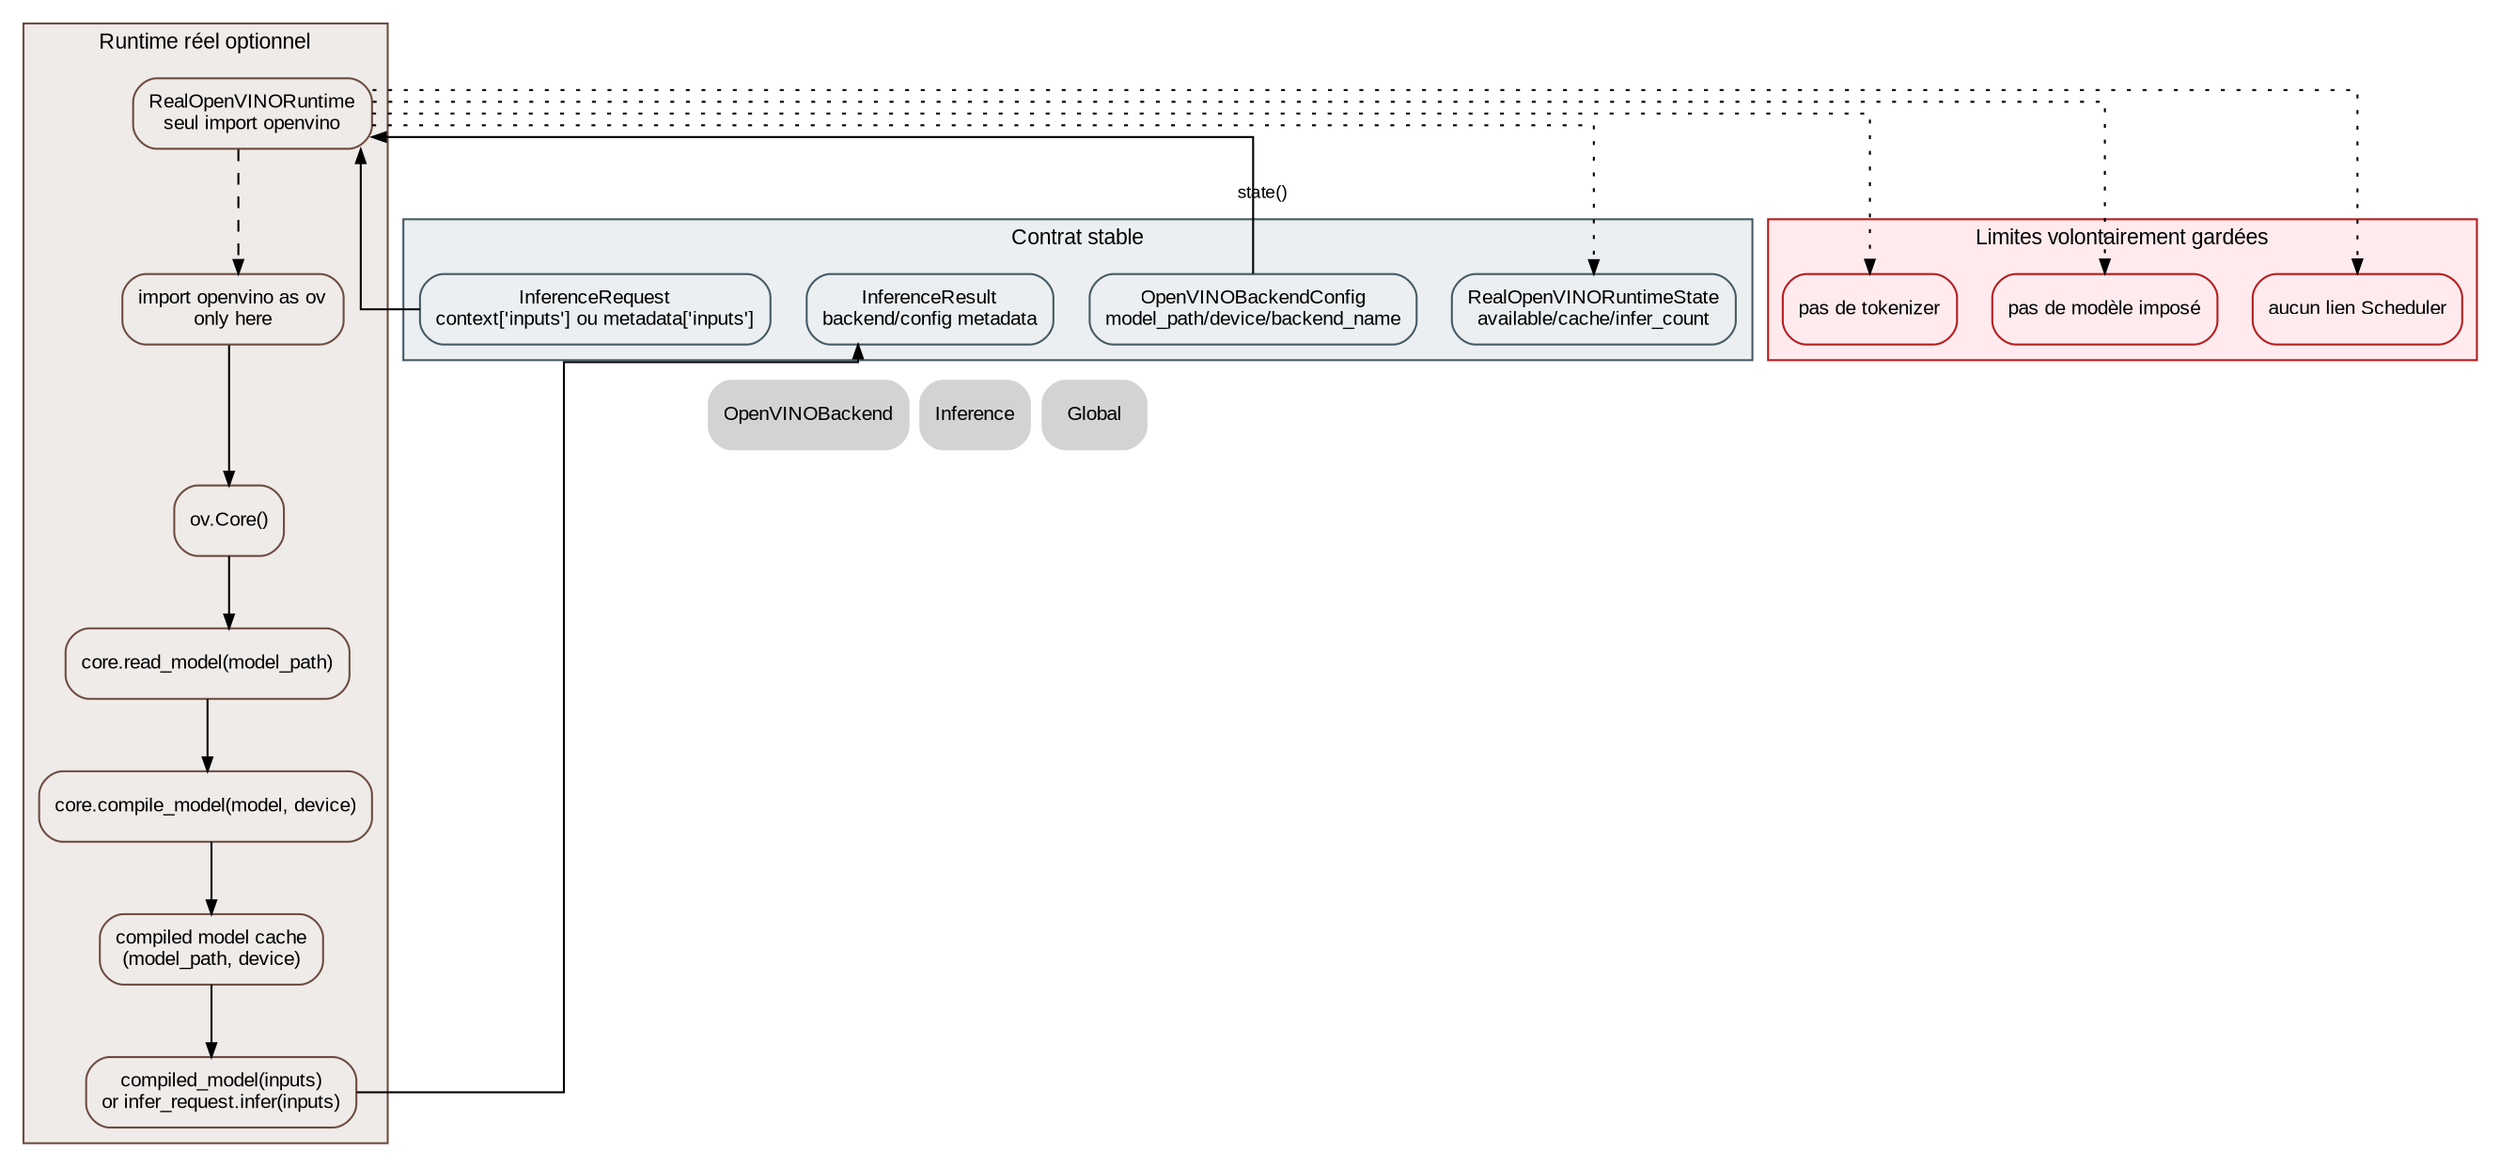
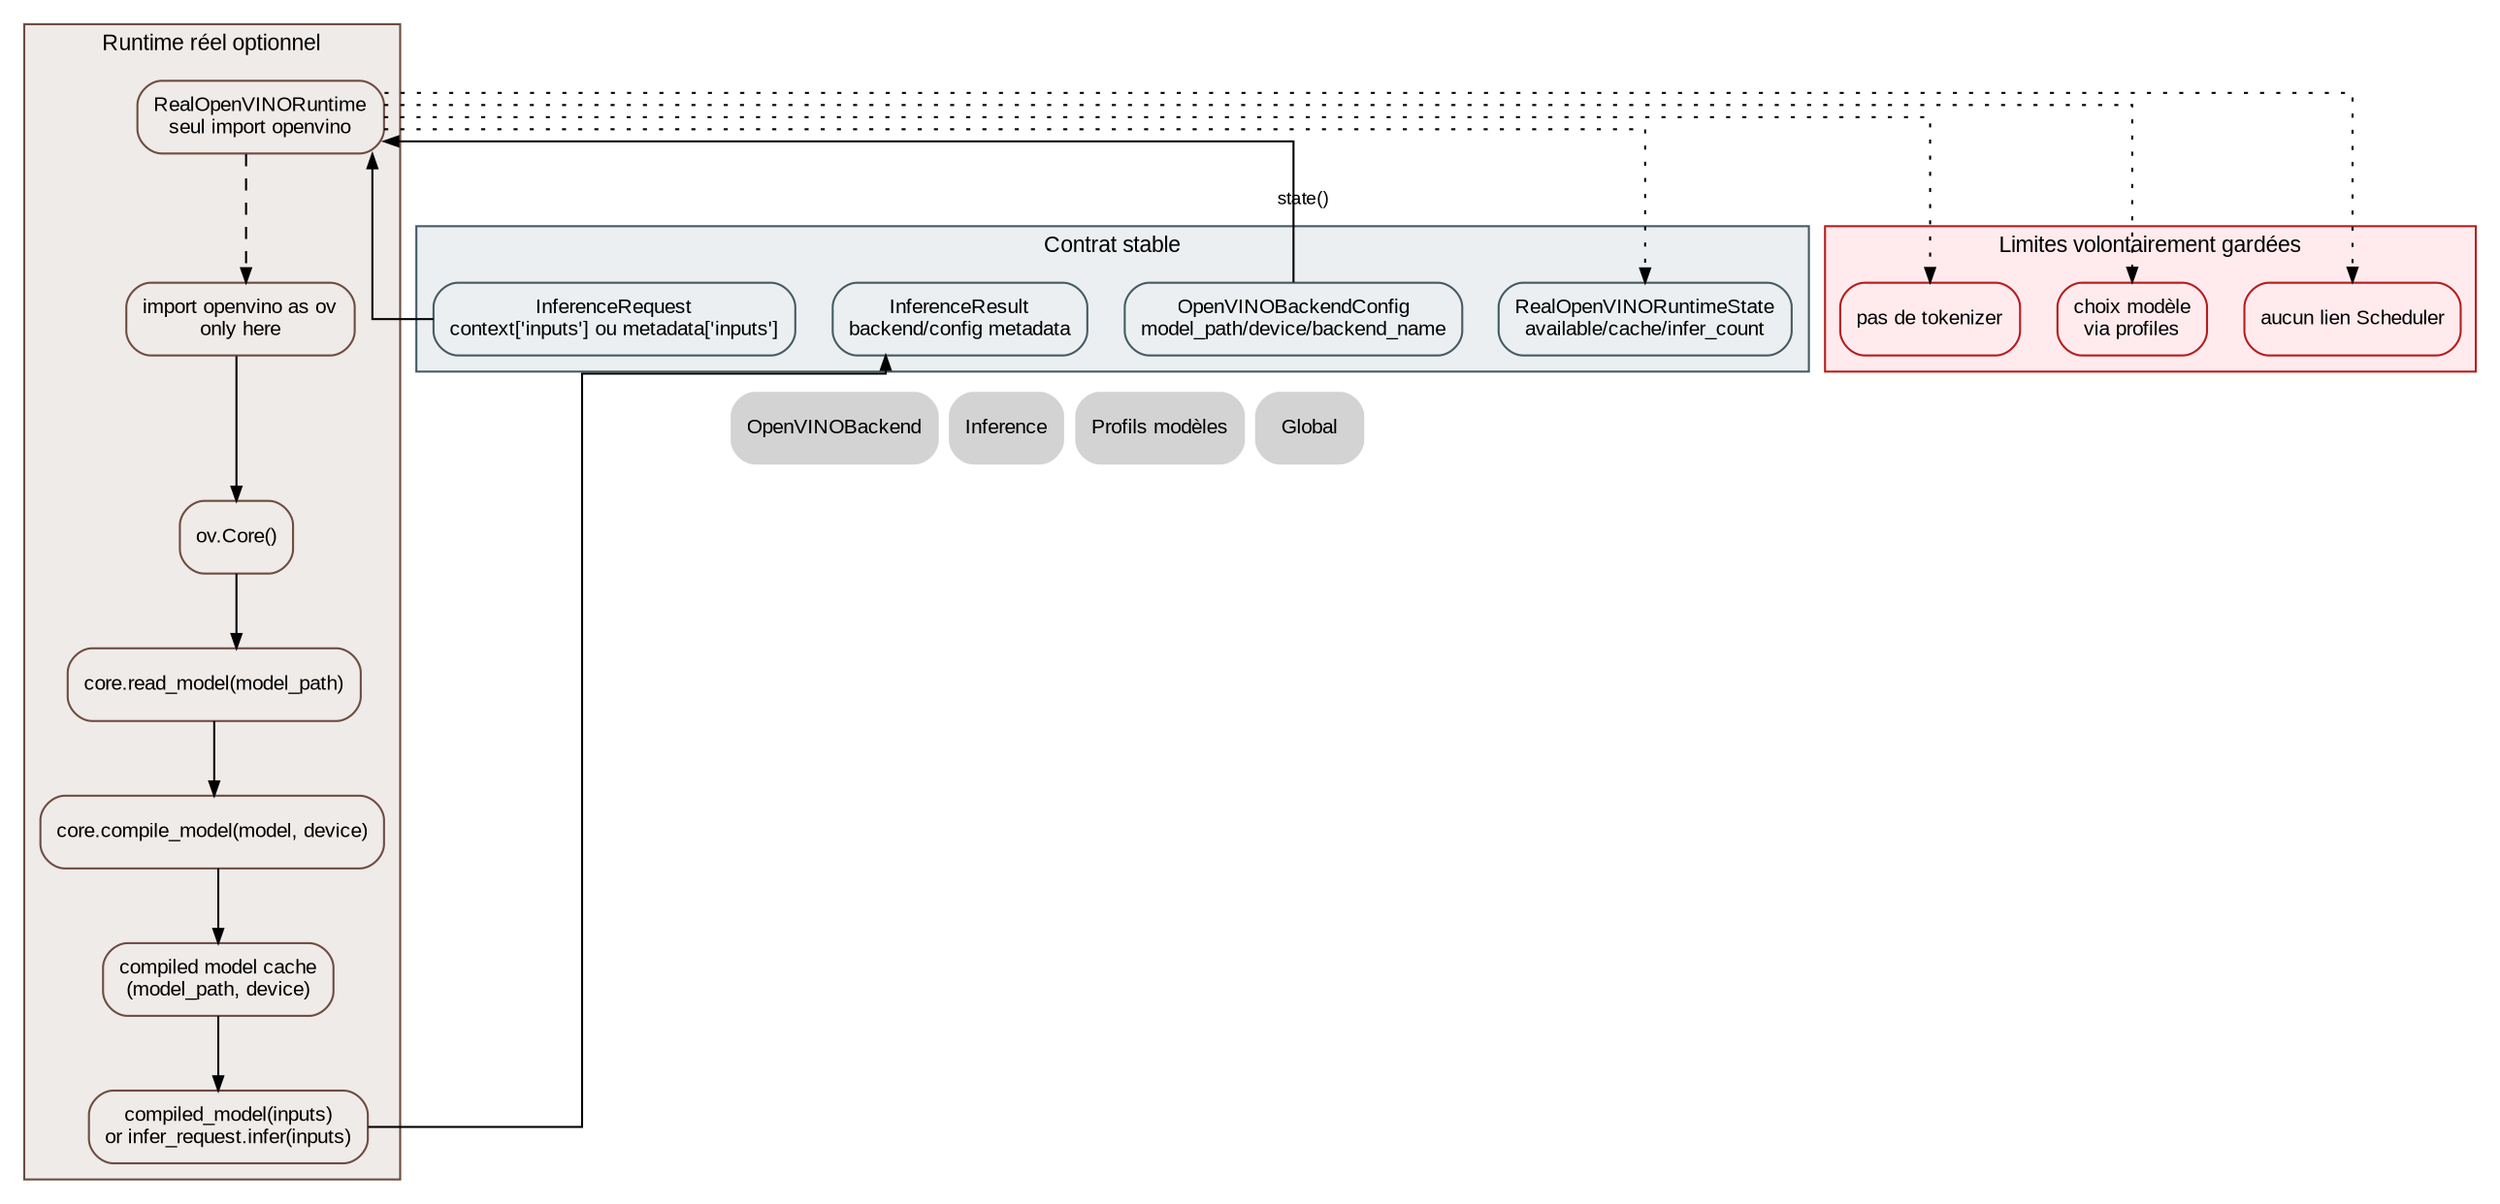
digraph OpenVINORuntime {
    // ROADMAP_ID: inference.openvino_runtime
    // ROADMAP_PARENT: inference/41_openvino_backend.dot
    // ROADMAP_NOTE[phase2_9]:
    // RealOpenVINORuntime est le seul module autorisé à importer openvino. Il
    // ne choisit aucun modèle et ne fait aucun traitement spécifique embedding
    // ou génération. Les entrées brutes arrivent via InferenceRequest.context.
+ 
+     // ROADMAP_NOTE[phase3_0]:
+     // Le choix du modèle est maintenant représenté par OpenVINOModelProfile,
+     // mais le runtime reste raw-input only et ne tokenise toujours pas.

    rankdir=TB;
    splines=ortho;

    graph [fontname="Arial", fontsize=11];
    node [shape=box, style="rounded,filled", fontname="Arial", fontsize=10];
    edge [fontname="Arial", fontsize=9, arrowsize=0.7];

    subgraph cluster_contract {
        label="Contrat stable";
        color="#455a64";
        bgcolor="#eceff1";
        node [fillcolor="#eceff1", color="#455a64"];

        Request [label="InferenceRequest\ncontext['inputs'] ou metadata['inputs']"];
        Config [label="OpenVINOBackendConfig\nmodel_path/device/backend_name"];
        Result [label="InferenceResult\nbackend/config metadata"];
        State [label="RealOpenVINORuntimeState\navailable/cache/infer_count"];
    }

    subgraph cluster_runtime {
        label="Runtime réel optionnel";
        color="#6d4c41";
        bgcolor="#efebe9";
        node [fillcolor="#efebe9", color="#6d4c41"];

        Runtime [label="RealOpenVINORuntime\nseul import openvino"];
        Import [label="import openvino as ov\nonly here"];
        Core [label="ov.Core()"];
        ReadModel [label="core.read_model(model_path)"];
        Compile [label="core.compile_model(model, device)"];
        Cache [label="compiled model cache\n(model_path, device)"];
        Infer [label="compiled_model(inputs)\nor infer_request.infer(inputs)"];
    }

    subgraph cluster_limits {
        label="Limites volontairement gardées";
        color="#b71c1c";
        bgcolor="#ffebee";
        node [fillcolor="#ffebee", color="#b71c1c"];

        NoTokenizer [label="pas de tokenizer"];
-         NoModelChoice [label="pas de modèle imposé"];
+         ModelChoiceElsewhere [label="choix modèle
+ via profiles", URL="43_openvino_profiles.svg"];
        NoScheduler [label="aucun lien Scheduler"];
    }

    Request -> Runtime;
    Config -> Runtime;
    Runtime -> Import [style=dashed];
    Import -> Core;
    Core -> ReadModel;
    ReadModel -> Compile;
    Compile -> Cache;
    Cache -> Infer;
    Infer -> Result;
    Runtime -> State [label="state()", style=dotted];

    Runtime -> NoTokenizer [style=dotted];
-     Runtime -> NoModelChoice [style=dotted];
+     Runtime -> ModelChoiceElsewhere [style=dotted];
    Runtime -> NoScheduler [style=dotted];

    Nav_Backend [label="OpenVINOBackend", shape=plaintext, URL="41_openvino_backend.svg"];
    Nav_Inference [label="Inference", shape=plaintext, URL="40_inference.svg"];
+     Nav_Profiles [label="Profils modèles", shape=plaintext, URL="43_openvino_profiles.svg"];
    Nav_Global [label="Global", shape=plaintext, URL="../00_global.svg"];

-     { rank=sink; Nav_Backend; Nav_Inference; Nav_Global; }
+     { rank=sink; Nav_Backend; Nav_Inference; Nav_Profiles; Nav_Global; }
}
